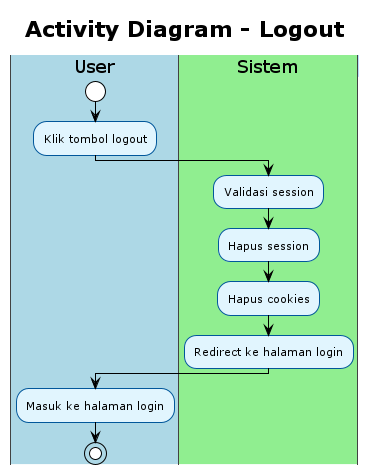
Rifkiwastaken/example-app keeps this PlantUML diagram as out/uml/activity/Activity new/10_logout/10_logout.png. Above is the earlier version. Source of this version:
```plantuml
@startuml
!theme plain
skinparam activity {
    BackgroundColor #E1F5FE
    BorderColor #01579B
    FontSize 11
}
skinparam swimlane {
    BackgroundColor #F5F5F5
    BorderColor #424242
    TitleBackgroundColor #BBDEFB
    TitleBorderColor #1976D2
}

title Activity Diagram - Logout

|#LightBlue|User|
start
:Klik tombol logout;

|#LightGreen|Sistem|
:Validasi session;
:Hapus session;
:Hapus cookies;
:Redirect ke halaman login;

|#LightBlue|User|
:Masuk ke halaman login;

stop

@enduml
```
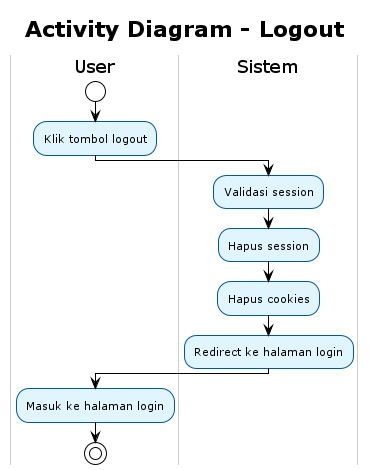
After the change.

Diff of the diagram source:
```diff
@@ -1,30 +1,31 @@
 @startuml
 !theme plain
+skinparam backgroundColor white
 skinparam activity {
     BackgroundColor #E1F5FE
     BorderColor #01579B
     FontSize 11
 }
 skinparam swimlane {
-    BackgroundColor #F5F5F5
-    BorderColor #424242
-    TitleBackgroundColor #BBDEFB
-    TitleBorderColor #1976D2
+    BackgroundColor White
+    BorderColor #CCCCCC
+    TitleBackgroundColor White
+    TitleBorderColor #999999
 }
 
 title Activity Diagram - Logout
 
-|#LightBlue|User|
+|#White|User|
 start
 :Klik tombol logout;
 
-|#LightGreen|Sistem|
+|#White|Sistem|
 :Validasi session;
 :Hapus session;
 :Hapus cookies;
 :Redirect ke halaman login;
 
-|#LightBlue|User|
+|#White|User|
 :Masuk ke halaman login;
 
 stop
```
